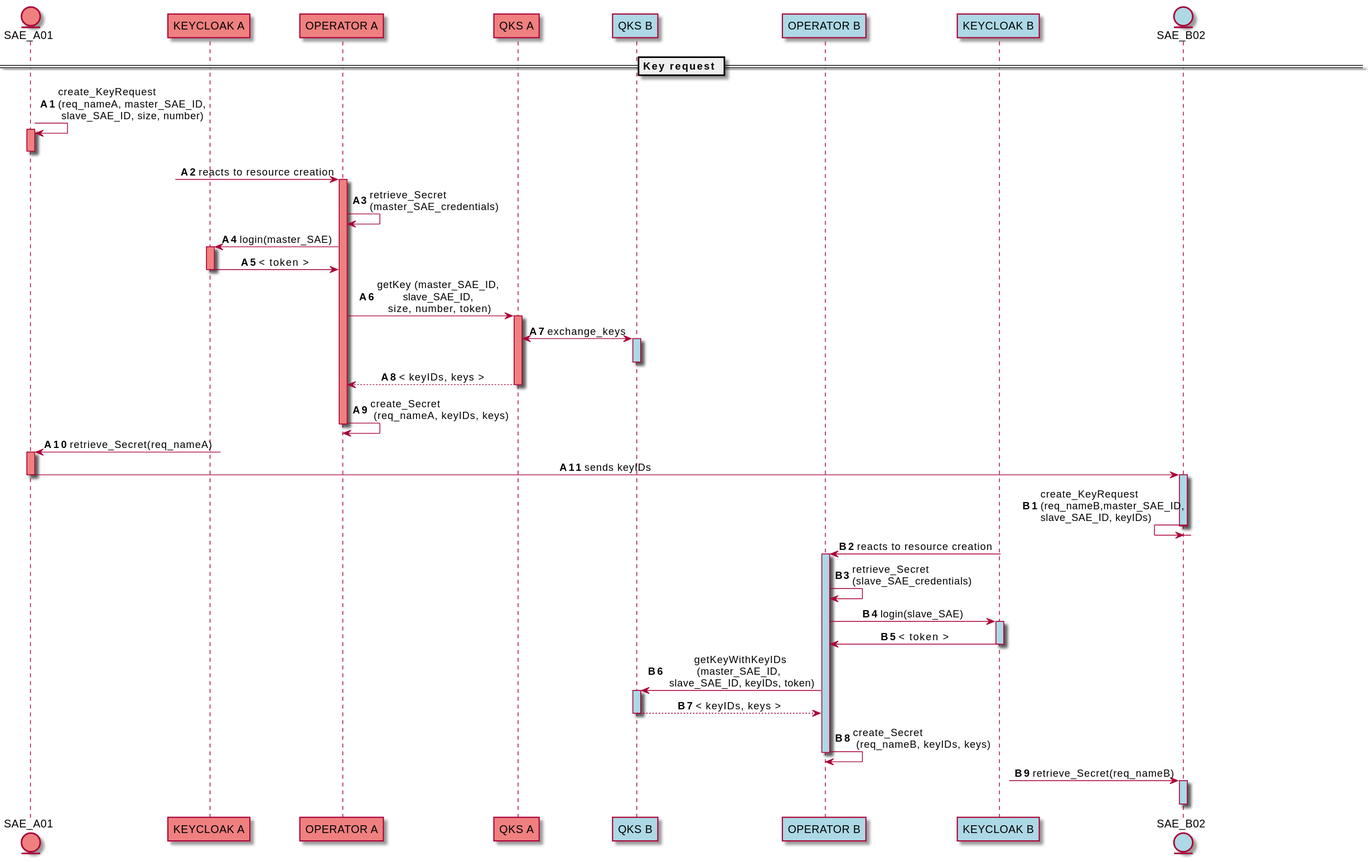
Above: docs/img/operator_workflow.svg in ignaziopedone/qkd-keyserver (PlantUML), before the change.
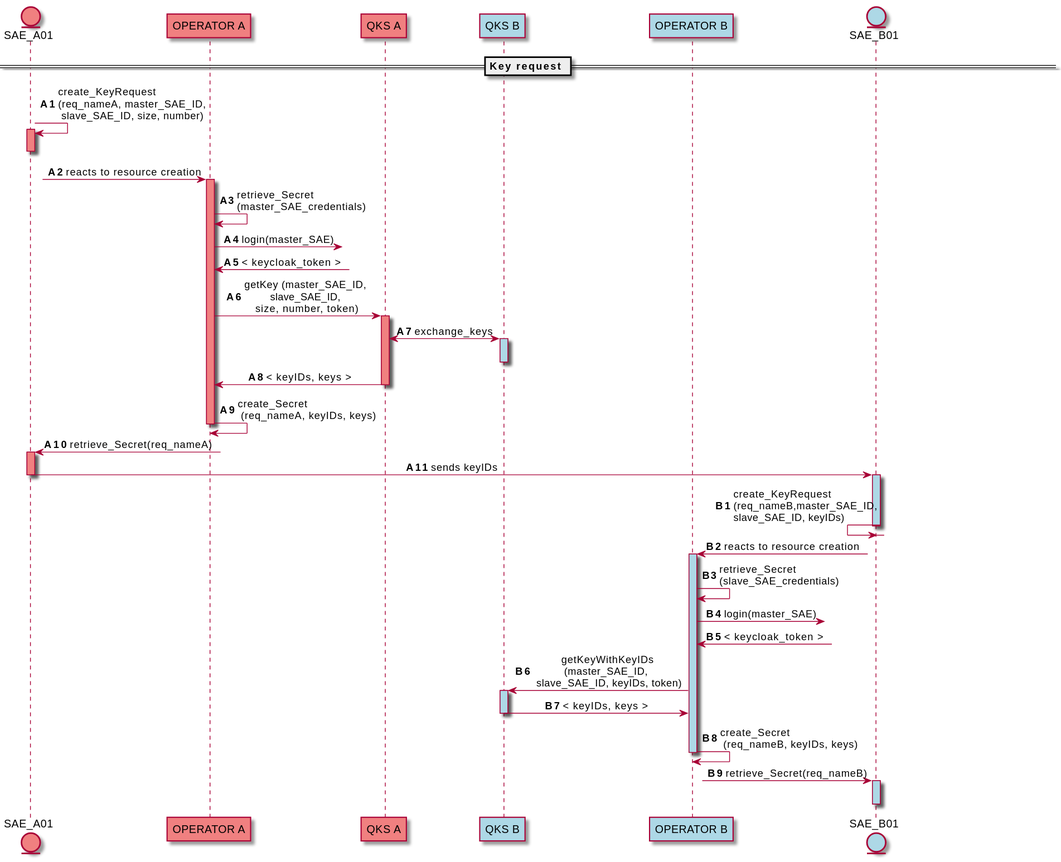
Above is the later version.

Commit message:
updated operator workflow picture

Diff of the diagram source:
```diff
@@ -1,13 +1,11 @@
 @startuml
 skinparam sequenceMessageAlign center
 entity "SAE_A01" as ASAE order 1 #lightCoral
-entity "SAE_B02" as BSAE order 8 #LightBlue
+entity "SAE_B01" as BSAE order 8 #LightBlue
 participant "QKS A" as AQKS order 4 #lightCoral
 participant "QKS B" as BQKS order 5 #LightBlue
 participant "OPERATOR A" as AOP order 3 #lightCoral
 participant "OPERATOR B" as BOP order 6 #LightBlue
-participant "KEYCLOAK A" as KA order 2 #lightCoral
-participant "KEYCLOAK B" as KB order 7 #lightBlue
 
 == Key request ==
 
@@ -16,12 +14,12 @@
 ASAE -> ASAE++--#lightCoral: create_KeyRequest \n(req_nameA, master_SAE_ID, \n slave_SAE_ID, size, number)
 ?->AOP ++#lightCoral: reacts to resource creation
 AOP -> AOP : retrieve_Secret\n(master_SAE_credentials)
-AOP -> KA ++#lightCoral: login(master_SAE)
-KA -> AOP --: < token >
+AOP ->?: login(master_SAE)
+AOP <-? : < keycloak_token >
 AOP -> AQKS ++#lightCoral: getKey (master_SAE_ID, \nslave_SAE_ID, \nsize, number, token)
 AQKS <-> BQKS ++#lightBlue: exchange_keys
 deactivate BQKS
-AQKS --> AOP --: < keyIDs, keys >
+AQKS -> AOP --: < keyIDs, keys >
 AOP -> AOP --: create_Secret \n (req_nameA, keyIDs, keys)
 
 ASAE<-? ++#lightCoral: retrieve_Secret(req_nameA)
@@ -31,10 +29,10 @@
 BSAE <- BSAE --: create_KeyRequest \n(req_nameB,master_SAE_ID, \nslave_SAE_ID, keyIDs)
 BOP<-? ++#lightBlue: reacts to resource creation
 BOP -> BOP : retrieve_Secret\n(slave_SAE_credentials)
-BOP -> KB ++#lightBlue: login(slave_SAE)
-KB -> BOP --: < token >
+BOP ->?: login(master_SAE)
+BOP <-? : < keycloak_token >
 BOP -> BQKS ++#lightBlue: getKeyWithKeyIDs\n(master_SAE_ID, \n slave_SAE_ID, keyIDs, token)
-BQKS --> BOP --: < keyIDs, keys >
+BQKS -> BOP --: < keyIDs, keys >
 BOP -> BOP --: create_Secret \n (req_nameB, keyIDs, keys)
 ?->BSAE ++#lightBlue: retrieve_Secret(req_nameB)
 deactivate BSAE
```
